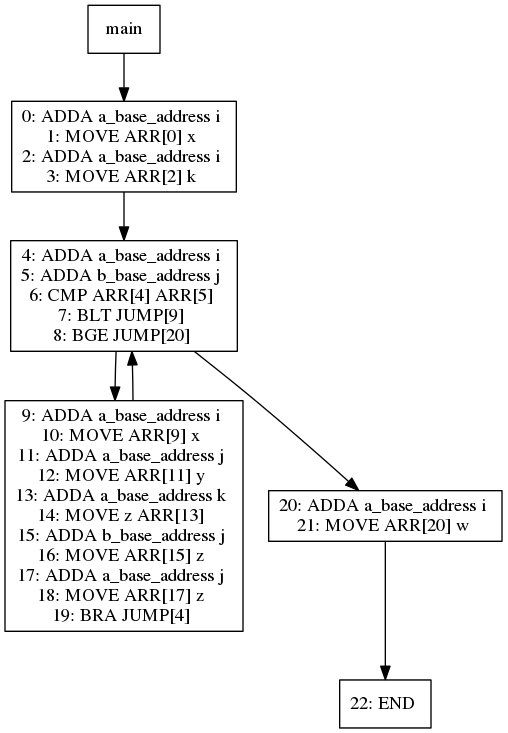
jiahanwang/PL241-Compiler keeps this Graphviz diagram as viz/test026.dot.png. Above is the earlier version. Its source is kept beside it as viz/test026.dot.
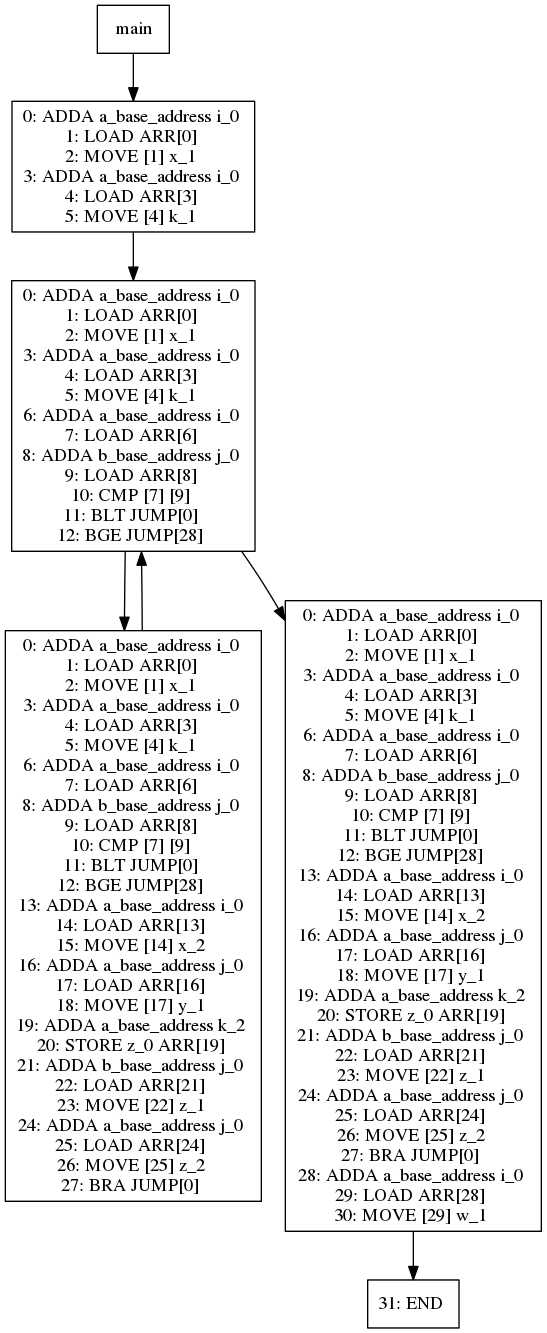
The same diagram one commit later.

Change to the diagram source:
```diff
@@ -1,38 +1,94 @@
 digraph test026 {
 node [shape=box]
-478[label="main"]
-478 -> 481
-481[label="0: ADDA a_base_address i
-1: MOVE ARR[0] x
-2: ADDA a_base_address i
-3: MOVE ARR[2] k
+1[label="main"]
+1 -> 4
+4[label="0: ADDA a_base_address i_0
+1: LOAD ARR[0]
+2: MOVE [1] x_1
+3: ADDA a_base_address i_0
+4: LOAD ARR[3]
+5: MOVE [4] k_1
 "]
-481 -> 483
-483[label="4: ADDA a_base_address i
-5: ADDA b_base_address j
-6: CMP ARR[4] ARR[5]
-7: BLT JUMP[9]
-8: BGE JUMP[20]
+4 -> 6
+6[label="0: ADDA a_base_address i_0
+1: LOAD ARR[0]
+2: MOVE [1] x_1
+3: ADDA a_base_address i_0
+4: LOAD ARR[3]
+5: MOVE [4] k_1
+6: ADDA a_base_address i_0
+7: LOAD ARR[6]
+8: ADDA b_base_address j_0
+9: LOAD ARR[8]
+10: CMP [7] [9]
+11: BLT JUMP[0]
+12: BGE JUMP[28]
 "]
-483 -> 485
-485[label="9: ADDA a_base_address i
-10: MOVE ARR[9] x
-11: ADDA a_base_address j
-12: MOVE ARR[11] y
-13: ADDA a_base_address k
-14: MOVE z ARR[13]
-15: ADDA b_base_address j
-16: MOVE ARR[15] z
-17: ADDA a_base_address j
-18: MOVE ARR[17] z
-19: BRA JUMP[4]
+6 -> 8
+8[label="0: ADDA a_base_address i_0
+1: LOAD ARR[0]
+2: MOVE [1] x_1
+3: ADDA a_base_address i_0
+4: LOAD ARR[3]
+5: MOVE [4] k_1
+6: ADDA a_base_address i_0
+7: LOAD ARR[6]
+8: ADDA b_base_address j_0
+9: LOAD ARR[8]
+10: CMP [7] [9]
+11: BLT JUMP[0]
+12: BGE JUMP[28]
+13: ADDA a_base_address i_0
+14: LOAD ARR[13]
+15: MOVE [14] x_2
+16: ADDA a_base_address j_0
+17: LOAD ARR[16]
+18: MOVE [17] y_1
+19: ADDA a_base_address k_2
+20: STORE z_0 ARR[19]
+21: ADDA b_base_address j_0
+22: LOAD ARR[21]
+23: MOVE [22] z_1
+24: ADDA a_base_address j_0
+25: LOAD ARR[24]
+26: MOVE [25] z_2
+27: BRA JUMP[0]
 "]
-485 -> 483
-483 -> 484
-484[label="20: ADDA a_base_address i
-21: MOVE ARR[20] w
+8 -> 6
+6 -> 7
+7[label="0: ADDA a_base_address i_0
+1: LOAD ARR[0]
+2: MOVE [1] x_1
+3: ADDA a_base_address i_0
+4: LOAD ARR[3]
+5: MOVE [4] k_1
+6: ADDA a_base_address i_0
+7: LOAD ARR[6]
+8: ADDA b_base_address j_0
+9: LOAD ARR[8]
+10: CMP [7] [9]
+11: BLT JUMP[0]
+12: BGE JUMP[28]
+13: ADDA a_base_address i_0
+14: LOAD ARR[13]
+15: MOVE [14] x_2
+16: ADDA a_base_address j_0
+17: LOAD ARR[16]
+18: MOVE [17] y_1
+19: ADDA a_base_address k_2
+20: STORE z_0 ARR[19]
+21: ADDA b_base_address j_0
+22: LOAD ARR[21]
+23: MOVE [22] z_1
+24: ADDA a_base_address j_0
+25: LOAD ARR[24]
+26: MOVE [25] z_2
+27: BRA JUMP[0]
+28: ADDA a_base_address i_0
+29: LOAD ARR[28]
+30: MOVE [29] w_1
 "]
-484 -> 491
-491[label="22: END
+7 -> 14
+14[label="31: END
 "]
 }
```
